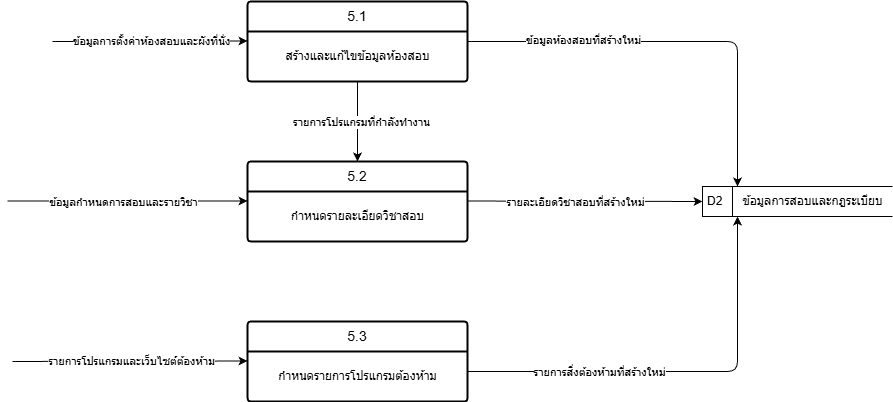
Above: diagram_now/diagran_picture/DFD2_5_1.png in PatcharaphonKoosomsarp/FACE-EXAM (draw.io), before the change. Source tidied: cells renumbered, new cells last; positions are measured from the earlier drawing's top-left corner, leaving out a move shared by most shapes. Its diagram source:
```xml
<mxGraphModel>
  <root>
    <mxCell id="0" />
    <mxCell id="1" parent="0" />
    <mxCell id="2" value="5.1" style="swimlane;horizontal=1;startSize=30;rounded=1;fontSize=14;fontStyle=0;strokeWidth=2;shadow=0;dashed=0;align=center;arcSize=4;whiteSpace=wrap;html=1;" parent="1" vertex="1">
      <mxGeometry x="240" width="220" height="80" as="geometry" />
    </mxCell>
    <mxCell id="3" value="สร้างและแก้ไขข้อมูลห้องสอบ" style="text;html=1;align=center;verticalAlign=middle;points=[];strokeColor=none;fillColor=none;" parent="2" vertex="1">
      <mxGeometry y="30" width="220" height="50" as="geometry" />
    </mxCell>
    <mxCell id="4" value="5.2" style="swimlane;horizontal=1;startSize=30;rounded=1;fontSize=14;fontStyle=0;strokeWidth=2;shadow=0;dashed=0;align=center;arcSize=4;whiteSpace=wrap;html=1;" parent="1" vertex="1">
      <mxGeometry x="240" y="160" width="220" height="80" as="geometry" />
    </mxCell>
    <mxCell id="5" value="กำหนดรายละเอียดวิชาสอบ" style="text;html=1;align=center;verticalAlign=middle;strokeColor=none;fillColor=none;" parent="4" vertex="1">
      <mxGeometry y="30" width="220" height="50" as="geometry" />
    </mxCell>
    <mxCell id="6" value="5.3" style="swimlane;horizontal=1;startSize=30;rounded=1;fontSize=14;fontStyle=0;strokeWidth=2;shadow=0;dashed=0;align=center;arcSize=4;whiteSpace=wrap;html=1;" parent="1" vertex="1">
      <mxGeometry x="240" y="320" width="220" height="80" as="geometry" />
    </mxCell>
    <mxCell id="7" value="กำหนดรายการโปรแกรมต้องห้าม" style="text;html=1;align=center;verticalAlign=middle;strokeColor=none;fillColor=none;" parent="6" vertex="1">
      <mxGeometry y="30" width="220" height="50" as="geometry" />
    </mxCell>
    <mxCell id="8" style="edgeStyle=none;orthogonalLoop=1;jettySize=auto;html=1;" parent="1" edge="1">
      <mxGeometry relative="1" as="geometry">
        <mxPoint x="45" y="40" as="sourcePoint" />
        <mxPoint x="240" y="39.5" as="targetPoint" />
      </mxGeometry>
    </mxCell>
    <mxCell id="9" value="ข้อมูลการตั้งค่าห้องสอบและผังที่นั่ง" style="edgeLabel;html=1;align=center;verticalAlign=middle;" parent="8" vertex="1">
      <mxGeometry x="0.01" y="-1" relative="1" as="geometry">
        <mxPoint y="-1" as="offset" />
      </mxGeometry>
    </mxCell>
    <mxCell id="10" style="edgeStyle=none;html=1;entryX=0.5;entryY=0;entryDx=0;entryDy=0;" parent="1" edge="1" source="3" target="4">
      <mxGeometry relative="1" as="geometry" />
    </mxCell>
    <mxCell id="11" value="รายการโปรแกรมที่กำลังทำงาน" style="edgeLabel;html=1;align=center;verticalAlign=middle;" parent="10" vertex="1">
      <mxGeometry x="-0.23" y="3" relative="1" as="geometry">
        <mxPoint y="9" as="offset" />
      </mxGeometry>
    </mxCell>
    <mxCell id="12" style="group;" parent="1" vertex="1">
      <mxGeometry x="695" y="185" width="190" height="30" as="geometry" />
    </mxCell>
    <mxCell id="13" value="D2" style="html=1;dashed=0;whiteSpace=wrap;shape=mxgraph.dfd.dataStoreID;align=left;spacingLeft=3;points=[[0,0],[0.5,0],[1,0],[0,0.5],[1,0.5],[0,1],[0.5,1],[1,1]];" parent="12" vertex="1">
      <mxGeometry width="190" height="30" as="geometry" />
    </mxCell>
    <mxCell id="14" value="ข้อมูลการสอบและกฎระเบียบ" style="text;html=1;align=center;verticalAlign=middle;strokeColor=none;fillColor=none;" parent="12" vertex="1">
      <mxGeometry x="30" width="160" height="30" as="geometry" />
    </mxCell>
    <mxCell id="15" style="edgeStyle=none;orthogonalLoop=1;jettySize=auto;html=1;" parent="1" edge="1">
      <mxGeometry relative="1" as="geometry">
        <mxPoint x="460" y="370" as="sourcePoint" />
        <mxPoint x="730" y="215" as="targetPoint" />
        <Array as="points">
          <mxPoint x="730" y="370" />
        </Array>
      </mxGeometry>
    </mxCell>
    <mxCell id="16" value="รายการสิ่งต้องห้ามที่สร้างใหม่" style="edgeLabel;html=1;align=center;verticalAlign=middle;" parent="15" vertex="1">
      <mxGeometry x="-0.36" y="-1" relative="1" as="geometry">
        <mxPoint x="-4" y="-1" as="offset" />
      </mxGeometry>
    </mxCell>
    <mxCell id="17" style="edgeStyle=none;jettySize=auto;html=1;exitX=1;exitY=0.5;exitDx=0;exitDy=0;" parent="1" edge="1" source="2">
      <mxGeometry relative="1" as="geometry">
        <mxPoint x="730" y="185" as="targetPoint" />
        <Array as="points">
          <mxPoint x="730" y="40" />
        </Array>
      </mxGeometry>
    </mxCell>
    <mxCell id="18" value="ข้อมูลห้องสอบที่สร้างใหม่" style="edgeLabel;html=1;align=center;verticalAlign=middle;" parent="17" vertex="1">
      <mxGeometry x="-0.45" y="2" relative="1" as="geometry" />
    </mxCell>
    <mxCell id="19" style="edgeStyle=none;orthogonalLoop=1;jettySize=auto;html=1;" parent="1" edge="1">
      <mxGeometry relative="1" as="geometry">
        <mxPoint y="199.5" as="sourcePoint" />
        <mxPoint x="240" y="199.5" as="targetPoint" />
      </mxGeometry>
    </mxCell>
    <mxCell id="20" value="ข้อมูลกำหนดการสอบและรายวิชา" style="edgeLabel;html=1;align=center;verticalAlign=middle;" parent="19" vertex="1">
      <mxGeometry x="-0.18" relative="1" as="geometry">
        <mxPoint x="17" y="1" as="offset" />
      </mxGeometry>
    </mxCell>
    <mxCell id="21" style="edgeStyle=none;jettySize=auto;html=1;entryX=0;entryY=0.5;entryDx=0;entryDy=0;" parent="1" edge="1" target="13">
      <mxGeometry relative="1" as="geometry">
        <mxPoint x="460" y="199.5" as="sourcePoint" />
      </mxGeometry>
    </mxCell>
    <mxCell id="22" value="รายละเอียดวิชาสอบที่สร้างใหม่" style="edgeLabel;html=1;align=center;verticalAlign=middle;" parent="21" vertex="1">
      <mxGeometry x="-0.09" y="4" relative="1" as="geometry">
        <mxPoint y="5" as="offset" />
      </mxGeometry>
    </mxCell>
    <mxCell id="23" style="edgeStyle=none;orthogonalLoop=1;jettySize=auto;html=1;" parent="1" edge="1">
      <mxGeometry relative="1" as="geometry">
        <mxPoint x="5" y="360" as="sourcePoint" />
        <mxPoint x="240" y="359.5" as="targetPoint" />
      </mxGeometry>
    </mxCell>
    <mxCell id="24" value="รายการโปรแกรมและเว็บไซต์ต้องห้าม" style="edgeLabel;html=1;align=center;verticalAlign=middle;" parent="23" vertex="1">
      <mxGeometry x="0.01" y="-1" relative="1" as="geometry">
        <mxPoint y="-1" as="offset" />
      </mxGeometry>
    </mxCell>
  </root>
</mxGraphModel>
```
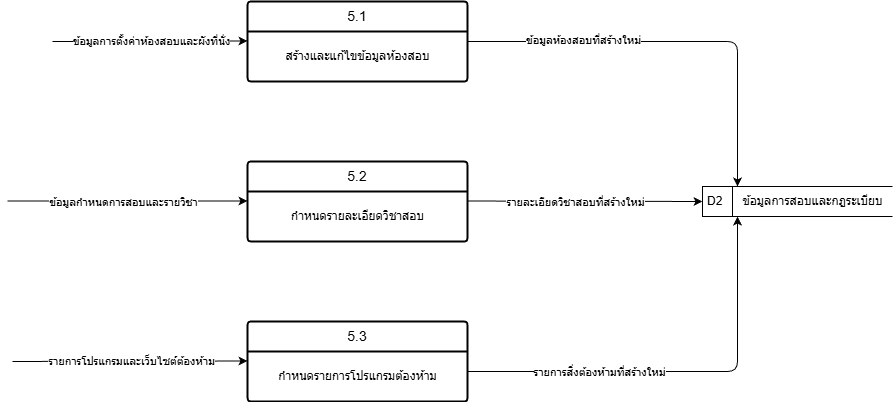
The same diagram one commit later.

What changed in the source:
```diff
@@ -31,14 +31,6 @@
         <mxPoint y="-1" as="offset" />
       </mxGeometry>
     </mxCell>
-    <mxCell id="10" style="edgeStyle=none;html=1;entryX=0.5;entryY=0;entryDx=0;entryDy=0;" parent="1" edge="1" source="3" target="4">
-      <mxGeometry relative="1" as="geometry" />
-    </mxCell>
-    <mxCell id="11" value="รายการโปรแกรมที่กำลังทำงาน" style="edgeLabel;html=1;align=center;verticalAlign=middle;" parent="10" vertex="1">
-      <mxGeometry x="-0.23" y="3" relative="1" as="geometry">
-        <mxPoint y="9" as="offset" />
-      </mxGeometry>
-    </mxCell>
     <mxCell id="12" style="group;" parent="1" vertex="1">
       <mxGeometry x="695" y="185" width="190" height="30" as="geometry" />
     </mxCell>
```
